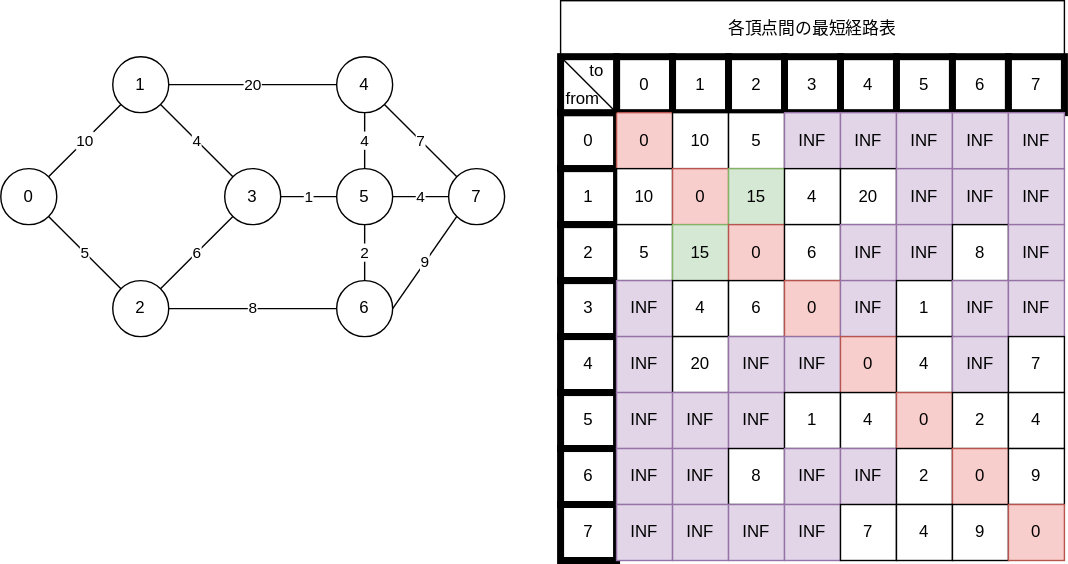
Above: static/img/svg/Algorithm/warshall-floyd/warshall-floyd-4.drawio.svg in koseki2580/study-docs (draw.io), before the change. Source tidied: cells renumbered, new cells last; positions are measured from the earlier drawing's top-left corner, leaving out a move shared by most shapes.
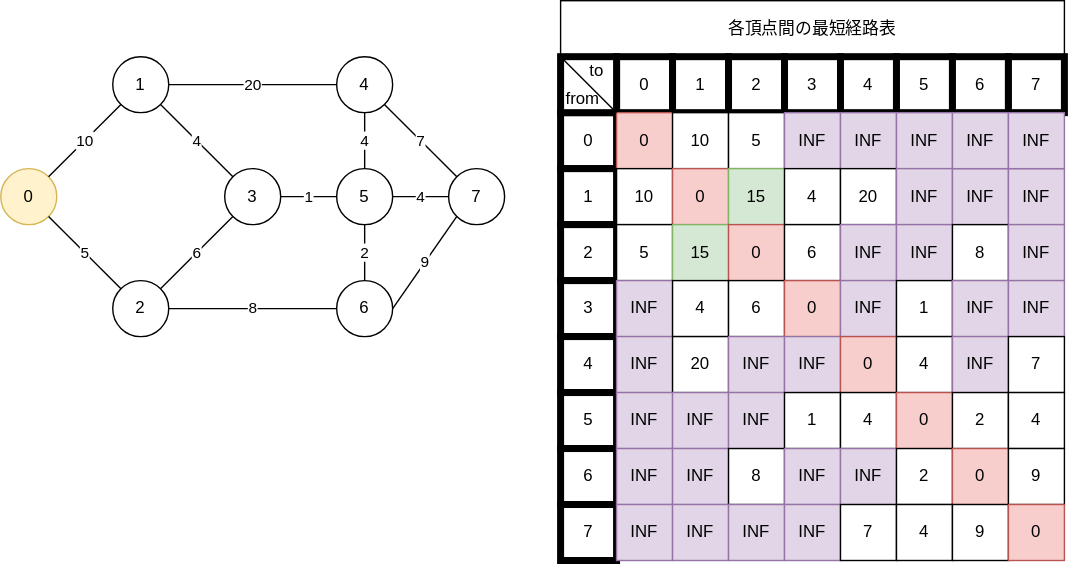
Above is the later version.

Diff of the diagram source:
```diff
@@ -2,7 +2,7 @@
   <root>
     <mxCell id="0" />
     <mxCell id="1" parent="0" />
-    <mxCell id="2" value="0" style="ellipse;whiteSpace=wrap;html=1;" parent="1" vertex="1">
+    <mxCell id="2" value="0" style="ellipse;whiteSpace=wrap;html=1;fillColor=#fff2cc;strokeColor=#d6b656;" parent="1" vertex="1">
       <mxGeometry y="120" width="40" height="40" as="geometry" />
     </mxCell>
     <mxCell id="3" value="1" style="ellipse;whiteSpace=wrap;html=1;" parent="1" vertex="1">
```
